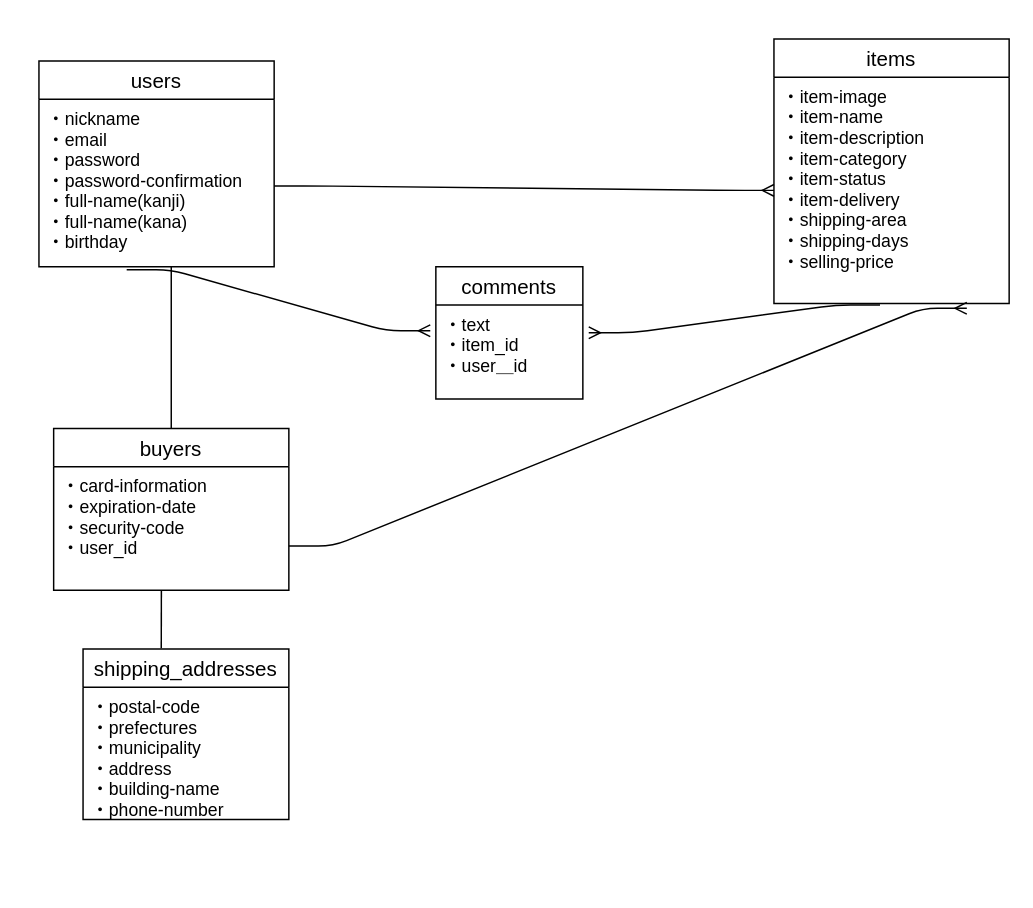
i-love-fgo/furima-34864 keeps this draw.io diagram as furima.dio. Above is the earlier version. Source tidied: cells renumbered, new cells numbered last; positions are measured from the earlier drawing's top-left corner, leaving out a move shared by most shapes. Both pictures are drawn from the tidied source at 147%, with x=0, y=0 at pixel (38, 38).
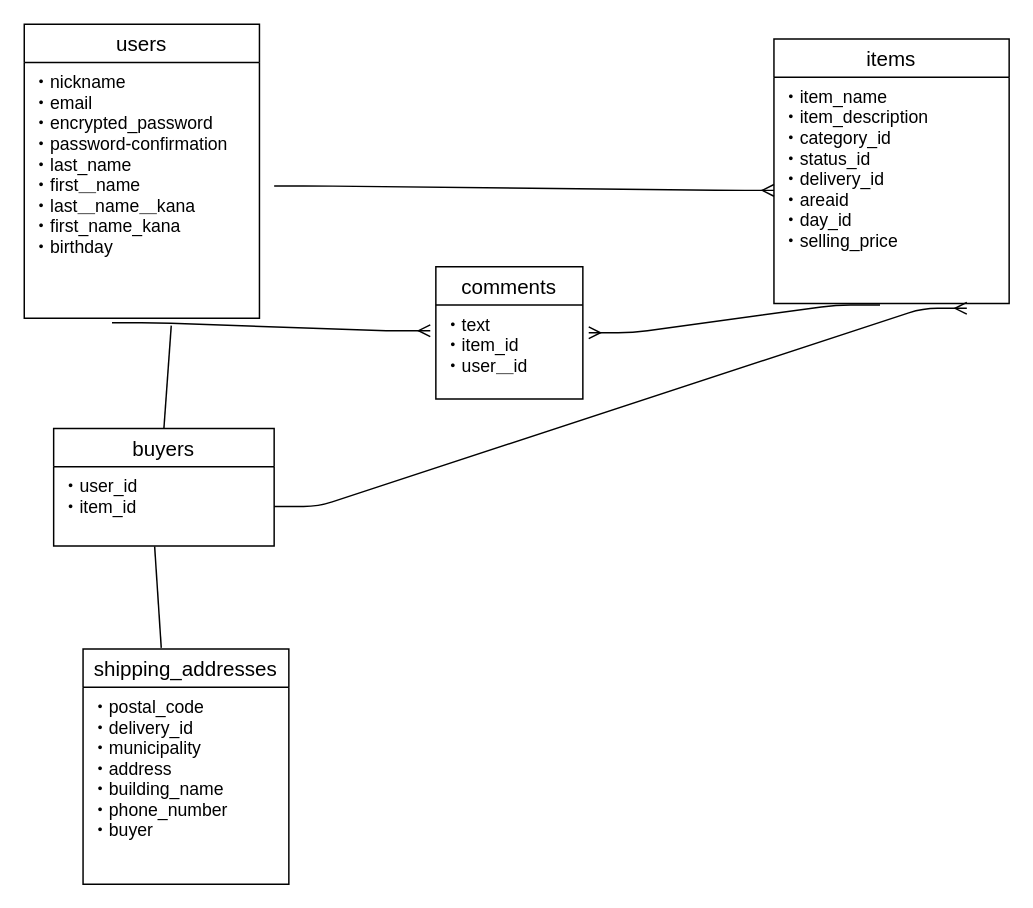
The same page after the edit.

Commit message (it also covers changes not shown here):
(再)データベース設計

Diff of the diagram source:
```diff
@@
 <mxGraphModel>
   <root>
     <mxCell id="0" />
     <mxCell id="1" parent="0" />
     <mxCell id="2" value="users" style="swimlane;fontStyle=0;horizontal=1;startSize=26;align=center;fontSize=14;" parent="1" vertex="1">
-      <mxGeometry y="15" width="160" height="140" as="geometry" />
+      <mxGeometry x="-10" y="-10" width="160" height="200" as="geometry" />
     </mxCell>
-    <mxCell id="3" value="・nickname&#10;・email&#10;・password&#10;・password-confirmation&#10;・full-name(kanji)&#10;・full-name(kana)&#10;・birthday" style="text;strokeColor=none;fillColor=none;spacingLeft=4;spacingRight=4;overflow=hidden;points=[[0,0.5],[1,0.5]];portConstraint=eastwest;fontSize=12;" parent="2" vertex="1">
-      <mxGeometry y="26" width="160" height="114" as="geometry" />
+    <mxCell id="3" value="・nickname&#10;・email&#10;・encrypted_password&#10;・password-confirmation&#10;・last_name&#10;・first＿name&#10;・last＿name＿kana&#10;・first_name_kana&#10;・birthday" style="text;strokeColor=none;fillColor=none;spacingLeft=4;spacingRight=4;overflow=hidden;points=[[0,0.5],[1,0.5]];portConstraint=eastwest;fontSize=12;" parent="2" vertex="1">
+      <mxGeometry y="26" width="160" height="174" as="geometry" />
     </mxCell>
     <mxCell id="4" value="items" style="swimlane;fontStyle=0;horizontal=1;startSize=26;align=center;fontSize=14;" parent="1" vertex="1">
       <mxGeometry x="500" width="160" height="180" as="geometry" />
     </mxCell>
-    <mxCell id="5" value="・item-image&#10;・item-name&#10;・item-description&#10;・item-category&#10;・item-status&#10;・item-delivery&#10;・shipping-area&#10;・shipping-days&#10;・selling-price" style="text;strokeColor=none;fillColor=none;spacingLeft=4;spacingRight=4;overflow=hidden;points=[[0,0.5],[1,0.5]];portConstraint=eastwest;fontSize=12;" parent="4" vertex="1">
+    <mxCell id="5" value="・item_name&#10;・item_description&#10;・category_id&#10;・status_id&#10;・delivery_id&#10;・areaid&#10;・day_id&#10;・selling_price" style="text;strokeColor=none;fillColor=none;spacingLeft=4;spacingRight=4;overflow=hidden;points=[[0,0.5],[1,0.5]];portConstraint=eastwest;fontSize=12;" parent="4" vertex="1">
       <mxGeometry y="26" width="160" height="154" as="geometry" />
     </mxCell>
     <mxCell id="6" value="comments" style="swimlane;fontStyle=0;horizontal=1;startSize=26;align=center;fontSize=14;" parent="1" vertex="1">
       <mxGeometry x="270" y="155" width="100" height="90" as="geometry" />
     </mxCell>
     <mxCell id="7" value="・text&#10;・item_id&#10;・user＿id" style="text;strokeColor=none;fillColor=none;spacingLeft=4;spacingRight=4;overflow=hidden;points=[[0,0.5],[1,0.5]];portConstraint=eastwest;fontSize=12;" parent="6" vertex="1">
       <mxGeometry y="26" width="100" height="64" as="geometry" />
     </mxCell>
     <mxCell id="8" value="buyers" style="swimlane;fontStyle=0;horizontal=1;startSize=26;align=center;fontSize=14;" parent="1" vertex="1">
-      <mxGeometry x="10" y="265" width="160" height="110" as="geometry" />
+      <mxGeometry x="10" y="265" width="150" height="80" as="geometry" />
     </mxCell>
-    <mxCell id="9" value="・card-information&#10;・expiration-date&#10;・security-code&#10;・user_id" style="text;strokeColor=none;fillColor=none;spacingLeft=4;spacingRight=4;overflow=hidden;points=[[0,0.5],[1,0.5]];portConstraint=eastwest;fontSize=12;" parent="8" vertex="1">
-      <mxGeometry y="26" width="160" height="84" as="geometry" />
+    <mxCell id="9" value="・user_id&#10;・item_id" style="text;strokeColor=none;fillColor=none;spacingLeft=4;spacingRight=4;overflow=hidden;points=[[0,0.5],[1,0.5]];portConstraint=eastwest;fontSize=12;" parent="8" vertex="1">
+      <mxGeometry y="26" width="150" height="54" as="geometry" />
     </mxCell>
     <mxCell id="10" value="shipping_addresses" style="swimlane;fontStyle=0;horizontal=1;startSize=26;align=center;fontSize=14;" parent="1" vertex="1">
-      <mxGeometry x="30" y="415" width="140" height="116" as="geometry" />
+      <mxGeometry x="30" y="415" width="140" height="160" as="geometry" />
     </mxCell>
-    <mxCell id="11" value="・postal-code&#10;・prefectures&#10;・municipality&#10;・address&#10;・building-name&#10;・phone-number" style="text;strokeColor=none;fillColor=none;spacingLeft=4;spacingRight=4;overflow=hidden;fontSize=12;" parent="10" vertex="1">
-      <mxGeometry y="26" width="140" height="90" as="geometry" />
+    <mxCell id="11" value="・postal_code&#10;・delivery_id&#10;・municipality&#10;・address&#10;・building_name&#10;・phone_number&#10;・buyer" style="text;strokeColor=none;fillColor=none;spacingLeft=4;spacingRight=4;overflow=hidden;fontSize=12;" parent="10" vertex="1">
+      <mxGeometry y="26" width="140" height="134" as="geometry" />
     </mxCell>
     <mxCell id="12" style="edgeStyle=entityRelationEdgeStyle;fontSize=12;html=1;endArrow=ERmany;entryX=0;entryY=0.5;entryDx=0;entryDy=0;" parent="1" edge="1" target="5">
       <mxGeometry relative="1" as="geometry">
         <mxPoint x="160" y="100" as="sourcePoint" />
       </mxGeometry>
     </mxCell>
     <mxCell id="13" style="edgeStyle=entityRelationEdgeStyle;fontSize=12;html=1;endArrow=ERmany;entryX=-0.038;entryY=0.273;entryDx=0;entryDy=0;entryPerimeter=0;exitX=0.373;exitY=1.018;exitDx=0;exitDy=0;exitPerimeter=0;" parent="1" edge="1" source="3" target="7">
       <mxGeometry relative="1" as="geometry" />
     </mxCell>
     <mxCell id="14" style="edgeStyle=entityRelationEdgeStyle;fontSize=12;html=1;endArrow=ERmany;entryX=1.04;entryY=0.295;entryDx=0;entryDy=0;entryPerimeter=0;exitX=0.451;exitY=1.006;exitDx=0;exitDy=0;exitPerimeter=0;" parent="1" edge="1" source="5" target="7">
       <mxGeometry relative="1" as="geometry" />
     </mxCell>
     <mxCell id="15" style="endArrow=none;html=1;rounded=0;entryX=0.5;entryY=0;entryDx=0;entryDy=0;" parent="1" edge="1" target="8">
       <mxGeometry relative="1" as="geometry">
-        <mxPoint x="90" y="155" as="sourcePoint" />
+        <mxPoint x="90" y="195" as="sourcePoint" />
       </mxGeometry>
     </mxCell>
     <mxCell id="16" style="endArrow=none;html=1;rounded=0;entryX=0.38;entryY=-0.005;entryDx=0;entryDy=0;exitX=0.458;exitY=1.005;exitDx=0;exitDy=0;exitPerimeter=0;entryPerimeter=0;" parent="1" edge="1" source="9" target="10">
       <mxGeometry relative="1" as="geometry" />
     </mxCell>
-    <mxCell id="17" style="edgeStyle=entityRelationEdgeStyle;fontSize=12;html=1;endArrow=ERmany;entryX=0.82;entryY=1.021;entryDx=0;entryDy=0;entryPerimeter=0;" parent="1" edge="1" target="5">
-      <mxGeometry relative="1" as="geometry">
-        <mxPoint x="170" y="345" as="sourcePoint" />
-      </mxGeometry>
+    <mxCell id="17" style="edgeStyle=entityRelationEdgeStyle;fontSize=12;html=1;endArrow=ERmany;entryX=0.82;entryY=1.021;entryDx=0;entryDy=0;entryPerimeter=0;exitX=1;exitY=0.5;exitDx=0;exitDy=0;" parent="1" edge="1" source="9" target="5">
+      <mxGeometry relative="1" as="geometry" />
     </mxCell>
   </root>
 </mxGraphModel>
```
